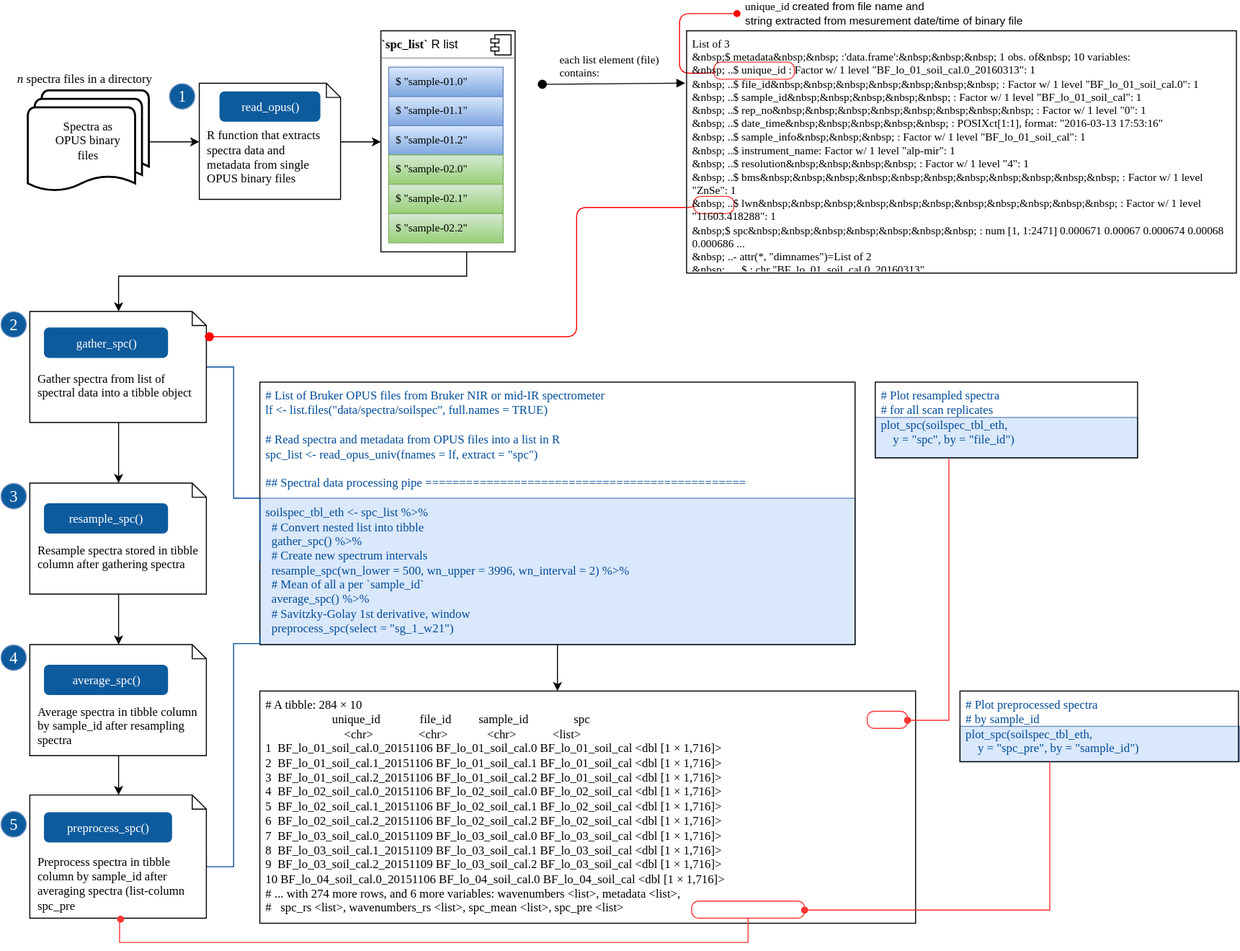
This is simplerspec-read-proc-tibble.svg from philipp-baumann/spectro-platform-graphs, a draw.io export, as it was before one commit. Source tidied: cells renumbered, new cells last; positions are measured from the earlier drawing's top-left corner, leaving out a move shared by most shapes.
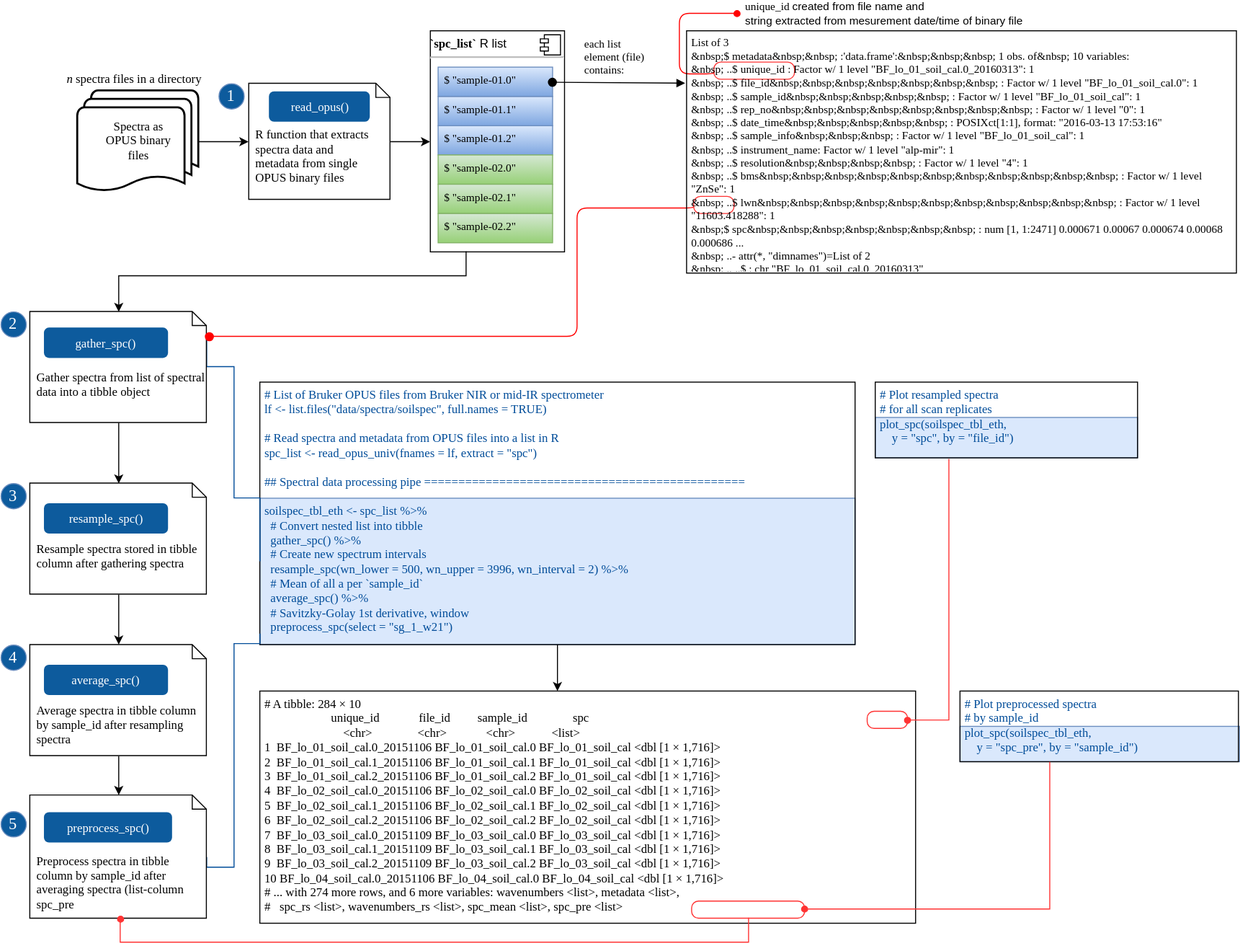
Above is the later version.

Commit message:
Rerrange boxes

The edit, as a diff of the source:
```diff
@@ -18,10 +18,10 @@
       <mxGeometry relative="1" as="geometry" />
     </mxCell>
     <mxCell id="7" value="&lt;font face=&quot;Fira Sans&quot;&gt;Spectra as&lt;br&gt;OPUS binary&lt;br&gt; files&lt;br&gt;&lt;/font&gt;" style="strokeWidth=2;html=1;shape=mxgraph.flowchart.multi-document;whiteSpace=wrap;" parent="1" vertex="1">
-      <mxGeometry x="27" y="86" width="120" height="101" as="geometry" />
+      <mxGeometry x="76" y="86" width="120" height="101" as="geometry" />
     </mxCell>
     <mxCell id="8" value="&lt;p style=&quot;margin: 6px 0px 0px&quot; align=&quot;left&quot;&gt;&lt;b&gt;&lt;font face=&quot;Fira Code&quot;&gt;`spc_list`&lt;/font&gt; &lt;/b&gt;R list&lt;br&gt;&lt;/p&gt;&lt;hr align=&quot;left&quot;&gt;&lt;p style=&quot;margin: 0px ; margin-left: 8px&quot; align=&quot;center&quot;&gt;&lt;br&gt;&lt;/p&gt;" style="align=left;overflow=fill;html=1;spacing=2;spacingLeft=0;" parent="1" vertex="1">
-      <mxGeometry x="377" y="27" width="133" height="219" as="geometry" />
+      <mxGeometry x="426" y="27" width="133" height="219" as="geometry" />
     </mxCell>
     <mxCell id="9" style="shape=component;jettyWidth=8;jettyHeight=4;" parent="8" vertex="1">
       <mxGeometry x="1" width="20" height="20" relative="1" as="geometry">
@@ -56,19 +56,19 @@
       <mxGeometry relative="1" as="geometry" />
     </mxCell>
     <mxCell id="19" value="&lt;font face=&quot;Fira Sans&quot;&gt;&lt;br&gt;&lt;br&gt;&lt;br&gt;R function that extracts&lt;br&gt;spectra data and&lt;br&gt;metadata from single&lt;br&gt;OPUS binary files&lt;br&gt;&lt;/font&gt;" style="shape=note;whiteSpace=wrap;html=1;size=14;verticalAlign=top;align=left;spacingTop=-6;perimeterSpacing=0;spacingLeft=5;" parent="1" vertex="1">
-      <mxGeometry x="197" y="79" width="140" height="115" as="geometry" />
+      <mxGeometry x="246" y="79" width="140" height="115" as="geometry" />
     </mxCell>
-    <mxCell id="20" value="&lt;div align=&quot;left&quot;&gt;&lt;font face=&quot;Fira Sans&quot;&gt;&amp;nbsp; each list element (file)&lt;br&gt;&amp;nbsp; contains:&lt;br&gt;&lt;/font&gt;&lt;/div&gt;" style="html=1;verticalAlign=bottom;startArrow=oval;startFill=1;endArrow=block;startSize=8;entryX=-0.003;entryY=0.216;entryPerimeter=0;" parent="1" edge="1">
+    <mxCell id="20" value="&lt;div align=&quot;left&quot;&gt;&lt;font face=&quot;Fira Sans&quot;&gt;each list &lt;br&gt;element (file)&lt;br&gt;contains:&lt;br&gt;&lt;/font&gt;&lt;/div&gt;" style="html=1;verticalAlign=bottom;startArrow=oval;startFill=1;endArrow=block;startSize=8;entryX=-0.003;entryY=0.216;entryPerimeter=0;align=center;" parent="1" edge="1">
       <mxGeometry x="537" y="80" as="geometry">
-        <mxPoint x="537" y="80" as="sourcePoint" />
+        <mxPoint x="547" y="78" as="sourcePoint" />
         <mxPoint x="678.5" y="78.8" as="targetPoint" />
       </mxGeometry>
     </mxCell>
     <mxCell id="21" value="&lt;p&gt;&lt;font&gt;read_opus()&lt;/font&gt;&lt;/p&gt;" style="html=1;shadow=0;dashed=0;shape=mxgraph.bootstrap.rrect;align=center;rSize=5;strokeColor=none;fillColor=#0D5B9D;fontColor=#ffffff;fontStyle=0;whiteSpace=wrap;fontFamily=Fira Code;" parent="1" vertex="1">
-      <mxGeometry x="217" y="87" width="100" height="30" as="geometry" />
+      <mxGeometry x="266" y="87" width="100" height="30" as="geometry" />
     </mxCell>
     <mxCell id="22" value="&lt;font face=&quot;Fira Sans&quot;&gt;&lt;i&gt;n&lt;/i&gt; spectra files in a directory&lt;br&gt;&lt;/font&gt;" style="text;html=1;align=left;verticalAlign=top;spacingTop=-4;" parent="1" vertex="1">
-      <mxGeometry x="15" y="65" width="170" height="20" as="geometry" />
+      <mxGeometry x="64" y="65" width="170" height="20" as="geometry" />
     </mxCell>
     <mxCell id="23" value="&lt;div align=&quot;left&quot;&gt;&lt;font face=&quot;monaco&quot;&gt;&lt;font face=&quot;Fira Code&quot;&gt;unique_id&lt;/font&gt; &lt;font face=&quot;Helvetica&quot;&gt;created from file name and&lt;/font&gt;&lt;/font&gt;&lt;font face=&quot;Helvetica&quot;&gt;&lt;br&gt;string extracted from mesurement date/time of binary file&lt;/font&gt;&lt;br&gt;&lt;/div&gt;" style="text;html=1;strokeColor=none;fillColor=none;align=center;verticalAlign=middle;whiteSpace=wrap;labelBackgroundColor=#ffffff;fontFamily=Courier New;fontSize=11;" parent="1" vertex="1">
       <mxGeometry x="730" width="290" height="20" as="geometry" />
@@ -211,7 +211,7 @@
       <mxGeometry y="800" width="25" height="25" as="geometry" />
     </mxCell>
     <mxCell id="55" value="&lt;font style=&quot;font-size: 16px;&quot; color=&quot;#FFFFFF&quot;&gt;1&lt;/font&gt;" style="ellipse;whiteSpace=wrap;html=1;fillColor=#0D5B9D;strokeColor=#6c8ebf;fontFamily=Verdana;fontSize=16;" parent="1" vertex="1">
-      <mxGeometry x="167" y="79" width="25" height="25" as="geometry" />
+      <mxGeometry x="216" y="79" width="25" height="25" as="geometry" />
     </mxCell>
     <mxCell id="56" style="edgeStyle=orthogonalEdgeStyle;rounded=0;html=1;entryX=0.5;entryY=1;startArrow=oval;startFill=1;endArrow=none;endFill=0;jettySize=auto;strokeColor=#FF3333;fontFamily=monaco;fontSize=11;fontColor=#004C99;exitX=0.512;exitY=1.011;exitPerimeter=0;" parent="1" edge="1" source="38" target="48">
       <mxGeometry relative="1" as="geometry">
```
